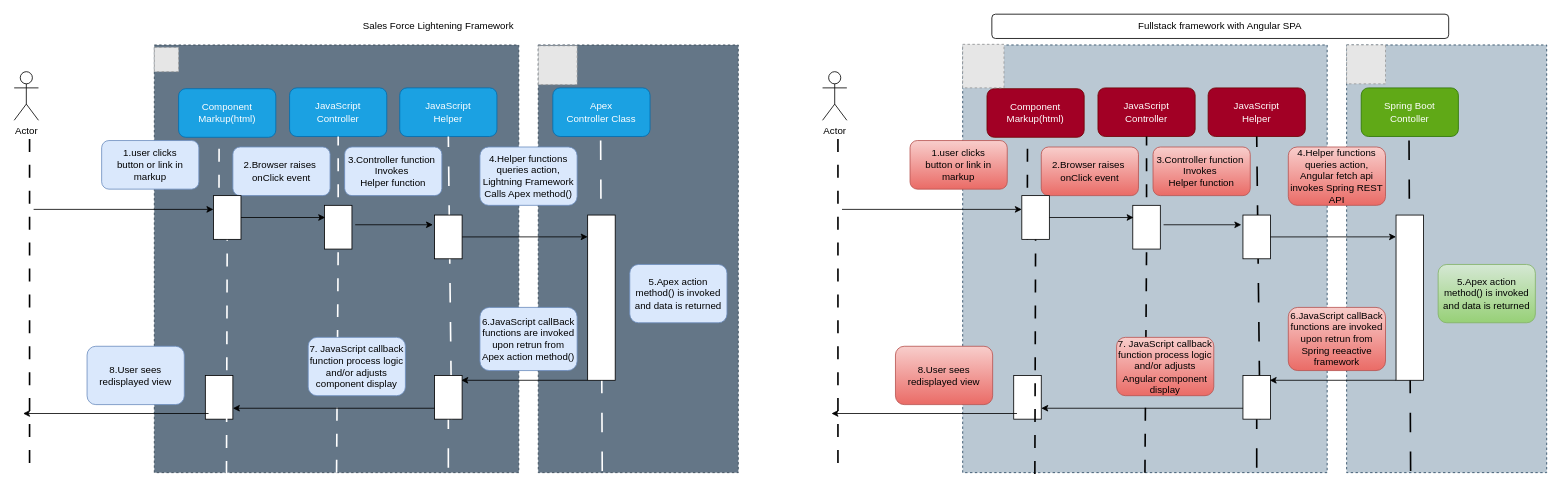
Earlier version of the draw.io diagram Copy of SalesFroceMigration.drawio (sreenubk/user-tracker). Source tidied: cells renumbered, new cells numbered last; positions are measured from the earlier drawing's top-left corner, leaving out a move shared by most shapes. Both pictures are drawn from the tidied source at 81%, with x=0, y=0 at pixel (14, 14). Pictures stored in the file or linked from it are replaced by grey dashed boxes.
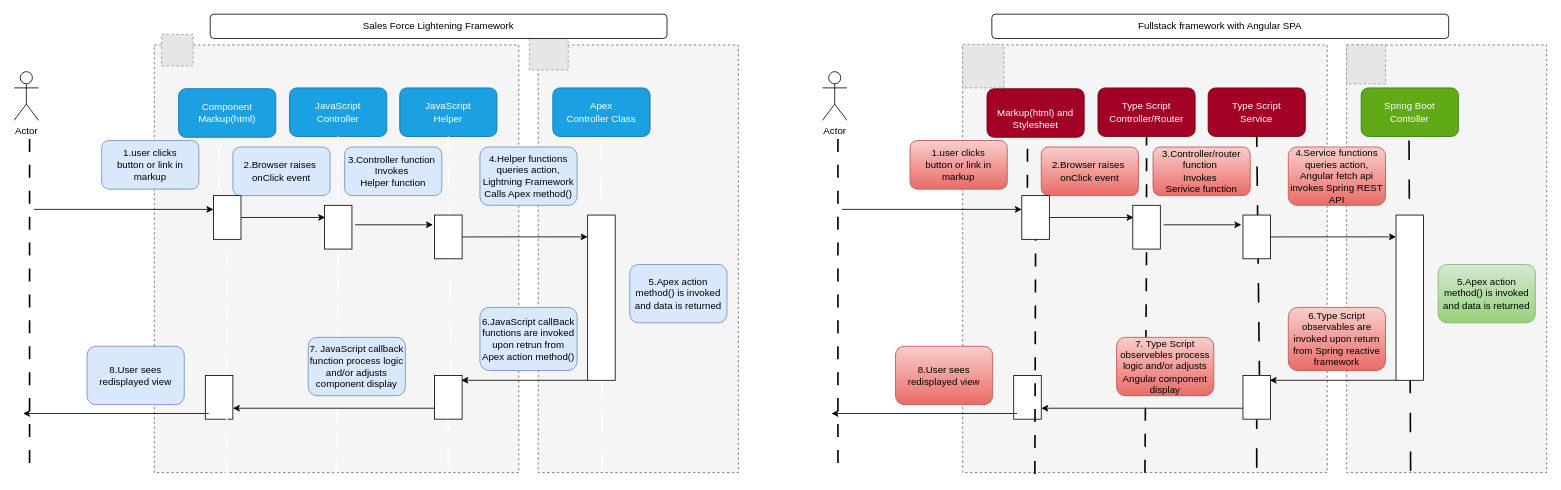
Above is the later version.

The edit, as a diff of the source:
```diff
@@
-    <mxCell id="2" style="rounded=0;whiteSpace=wrap;html=1;dashed=1;verticalAlign=top;fillColor=#647687;strokeColor=#314354;fontColor=#ffffff;fontStyle=1;" parent="1" vertex="1">
+    <mxCell id="2" style="rounded=0;whiteSpace=wrap;html=1;dashed=1;verticalAlign=top;fontStyle=1;fillColor=#f5f5f5;fontColor=#333333;strokeColor=#666666;" parent="1" vertex="1">
       <mxGeometry x="173" y="38" width="450" height="528" as="geometry" />
     </mxCell>
@@
     <mxCell id="7" style="fillColor=#E6E6E6;strokeColor=#999999;dashed=1;verticalLabelPosition=bottom;labelBackgroundColor=default;verticalAlign=top;" parent="1" vertex="1">
-      <mxGeometry x="173" y="41" width="30" height="30" as="geometry" />
+      <mxGeometry x="182" y="25" width="39" height="39" as="geometry" />
     </mxCell>
-    <mxCell id="8" style="rounded=0;whiteSpace=wrap;html=1;dashed=1;verticalAlign=top;fillColor=#647687;strokeColor=#314354;fontColor=#ffffff;fontStyle=1;" parent="1" vertex="1">
+    <mxCell id="8" style="rounded=0;whiteSpace=wrap;html=1;dashed=1;verticalAlign=top;fillColor=#f5f5f5;strokeColor=#666666;fontColor=#333333;fontStyle=1;" parent="1" vertex="1">
       <mxGeometry x="647" y="38" width="247" height="528" as="geometry" />
     </mxCell>
@@
     <mxCell id="10" style="fillColor=#E6E6E6;strokeColor=#999999;dashed=1;verticalLabelPosition=bottom;labelBackgroundColor=default;verticalAlign=top;" parent="1" vertex="1">
-      <mxGeometry x="647" y="39" width="48" height="48" as="geometry" />
+      <mxGeometry x="636" y="21" width="48" height="48" as="geometry" />
     </mxCell>
-    <mxCell id="11" value="Sales Force Lightening Framework" style="rounded=1;whiteSpace=wrap;html=1;strokeColor=none;" parent="1" vertex="1">
+    <mxCell id="11" value="Sales Force Lightening Framework" style="rounded=1;whiteSpace=wrap;html=1;strokeColor=default;" parent="1" vertex="1">
       <mxGeometry x="242" width="564" height="30" as="geometry" />
     </mxCell>
@@
-    <mxCell id="43" style="rounded=0;whiteSpace=wrap;html=1;dashed=1;verticalAlign=top;fillColor=#bac8d3;strokeColor=#23445d;fontStyle=1;" parent="1" vertex="1">
+    <mxCell id="43" style="rounded=0;whiteSpace=wrap;html=1;dashed=1;verticalAlign=top;fillColor=#f5f5f5;strokeColor=#666666;fontStyle=1;fontColor=#333333;" parent="1" vertex="1">
       <mxGeometry x="1171" y="38" width="450" height="528" as="geometry" />
     </mxCell>
-    <mxCell id="44" value="Component&lt;br&gt;Markup(html)" style="rounded=1;whiteSpace=wrap;html=1;fillColor=#a20025;strokeColor=#6F0000;fontColor=#ffffff;" parent="1" vertex="1">
+    <mxCell id="44" value="&lt;br&gt;Markup(html) and&lt;br&gt;Stylesheet" style="rounded=1;whiteSpace=wrap;html=1;fillColor=#a20025;strokeColor=#6F0000;fontColor=#ffffff;" parent="1" vertex="1">
       <mxGeometry x="1201" y="92" width="120" height="60" as="geometry" />
     </mxCell>
-    <mxCell id="45" value="JavaScript&lt;br&gt;Controller" style="rounded=1;whiteSpace=wrap;html=1;fillColor=#a20025;strokeColor=#6F0000;fontColor=#ffffff;" parent="1" vertex="1">
+    <mxCell id="45" value="Type Script&lt;br&gt;Controller/Router" style="rounded=1;whiteSpace=wrap;html=1;fillColor=#a20025;strokeColor=#6F0000;fontColor=#ffffff;" parent="1" vertex="1">
       <mxGeometry x="1338" y="91" width="120" height="60" as="geometry" />
     </mxCell>
-    <mxCell id="46" value="JavaScript&lt;br&gt;Helper" style="rounded=1;whiteSpace=wrap;html=1;fillColor=#a20025;strokeColor=#6F0000;fontColor=#ffffff;" parent="1" vertex="1">
+    <mxCell id="46" value="Type Script&lt;br&gt;Service" style="rounded=1;whiteSpace=wrap;html=1;fillColor=#a20025;strokeColor=#6F0000;fontColor=#ffffff;" parent="1" vertex="1">
       <mxGeometry x="1474" y="91" width="120" height="60" as="geometry" />
     </mxCell>
-    <mxCell id="47" style="rounded=0;whiteSpace=wrap;html=1;dashed=1;verticalAlign=top;fillColor=#bac8d3;strokeColor=#23445d;fontStyle=1;" parent="1" vertex="1">
+    <mxCell id="47" style="rounded=0;whiteSpace=wrap;html=1;dashed=1;verticalAlign=top;fillColor=#f5f5f5;strokeColor=#666666;fontStyle=1;fontColor=#333333;" parent="1" vertex="1">
       <mxGeometry x="1645" y="38" width="247" height="528" as="geometry" />
     </mxCell>
@@
-    <mxCell id="54" value="4.Helper functions queries action, Angular fetch api invokes Spring REST API" style="rounded=1;whiteSpace=wrap;html=1;fillColor=#f8cecc;strokeColor=#b85450;gradientColor=#ea6b66;" parent="1" vertex="1">
+    <mxCell id="54" value="4.Service functions queries action, Angular fetch api invokes Spring REST API" style="rounded=1;whiteSpace=wrap;html=1;fillColor=#f8cecc;strokeColor=#b85450;gradientColor=#ea6b66;" parent="1" vertex="1">
       <mxGeometry x="1573" y="164" width="120" height="72" as="geometry" />
     </mxCell>
-    <mxCell id="55" value="3.Controller function&amp;nbsp;&lt;br&gt;Invokes&amp;nbsp;&lt;br&gt;Helper function" style="rounded=1;whiteSpace=wrap;html=1;fillColor=#f8cecc;strokeColor=#b85450;gradientColor=#ea6b66;" parent="1" vertex="1">
+    <mxCell id="55" value="3.Controller/router function&amp;nbsp;&lt;br&gt;Invokes&amp;nbsp;&lt;br&gt;Serivice function" style="rounded=1;whiteSpace=wrap;html=1;fillColor=#f8cecc;strokeColor=#b85450;gradientColor=#ea6b66;" parent="1" vertex="1">
       <mxGeometry x="1406" y="164" width="120" height="60" as="geometry" />
     </mxCell>
@@
-    <mxCell id="74" value="6.JavaScript callBack functions are invoked upon retrun from Spring reeactive framework" style="rounded=1;whiteSpace=wrap;html=1;fillColor=#f8cecc;strokeColor=#b85450;gradientColor=#ea6b66;" parent="1" vertex="1">
+    <mxCell id="74" value="6.Type Script observables are invoked upon return from Spring reactive framework" style="rounded=1;whiteSpace=wrap;html=1;fillColor=#f8cecc;strokeColor=#b85450;gradientColor=#ea6b66;" parent="1" vertex="1">
       <mxGeometry x="1573" y="362" width="120" height="78" as="geometry" />
     </mxCell>
-    <mxCell id="75" value="7. JavaScript callback function process logic and/or adjusts Angular component display" style="rounded=1;whiteSpace=wrap;html=1;fillColor=#f8cecc;strokeColor=#b85450;gradientColor=#ea6b66;" parent="1" vertex="1">
+    <mxCell id="75" value="7. Type Script observebles process logic and/or adjusts Angular component display" style="rounded=1;whiteSpace=wrap;html=1;fillColor=#f8cecc;strokeColor=#b85450;gradientColor=#ea6b66;" parent="1" vertex="1">
       <mxGeometry x="1361" y="399" width="120" height="72" as="geometry" />
     </mxCell>
```
